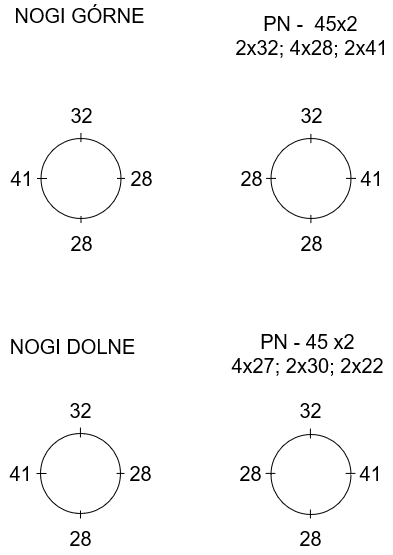
Above: Diagram bez tytułu5.png in adamski83/sklep (draw.io), before the change. Source tidied: cells renumbered, new cells last; positions are measured from the earlier drawing's top-left corner, leaving out a move shared by most shapes. The source it was exported from:
```xml
<mxGraphModel>
  <root>
    <mxCell id="0" />
    <mxCell id="1" parent="0" />
    <mxCell id="2" value="NOGI GÓRNE" style="text;html=1;align=center;verticalAlign=middle;fontSize=20;" parent="1" vertex="1">
      <mxGeometry x="4" width="150" height="30" as="geometry" />
    </mxCell>
    <mxCell id="3" style="ellipse;whiteSpace=wrap;html=1;rounded=0;sketch=0;strokeColor=#000000;strokeWidth=1;fillColor=none;fontSize=20;" parent="1" vertex="1">
      <mxGeometry x="40.5" y="138" width="80" height="80" as="geometry" />
    </mxCell>
    <mxCell id="4" value="41" style="text;html=1;align=center;verticalAlign=middle;fontSize=20;" parent="1" vertex="1">
      <mxGeometry x="0.5" y="163" width="40" height="30" as="geometry" />
    </mxCell>
    <mxCell id="5" value="28" style="text;html=1;align=center;verticalAlign=middle;fontSize=20;" parent="1" vertex="1">
      <mxGeometry x="120.5" y="163" width="40" height="30" as="geometry" />
    </mxCell>
    <mxCell id="6" value="28" style="text;html=1;align=center;verticalAlign=middle;fontSize=20;" parent="1" vertex="1">
      <mxGeometry x="60.5" y="228" width="40" height="30" as="geometry" />
    </mxCell>
    <mxCell id="7" value="32" style="text;html=1;align=center;verticalAlign=middle;fontSize=20;" parent="1" vertex="1">
      <mxGeometry x="60.5" y="100" width="40" height="30" as="geometry" />
    </mxCell>
    <mxCell id="8" style="ellipse;whiteSpace=wrap;html=1;rounded=0;sketch=0;strokeColor=#000000;strokeWidth=1;fillColor=none;fontSize=20;" parent="1" vertex="1">
      <mxGeometry x="270.5" y="138" width="80" height="80" as="geometry" />
    </mxCell>
    <mxCell id="9" value="41" style="text;html=1;align=center;verticalAlign=middle;fontSize=20;" parent="1" vertex="1">
      <mxGeometry x="350.5" y="163" width="40" height="30" as="geometry" />
    </mxCell>
    <mxCell id="10" value="28" style="text;html=1;align=center;verticalAlign=middle;fontSize=20;" parent="1" vertex="1">
      <mxGeometry x="230.5" y="163" width="40" height="30" as="geometry" />
    </mxCell>
    <mxCell id="11" value="28" style="text;html=1;align=center;verticalAlign=middle;fontSize=20;" parent="1" vertex="1">
      <mxGeometry x="290.5" y="228" width="40" height="30" as="geometry" />
    </mxCell>
    <mxCell id="12" value="32" style="text;html=1;align=center;verticalAlign=middle;fontSize=20;" parent="1" vertex="1">
      <mxGeometry x="290.5" y="100" width="40" height="30" as="geometry" />
    </mxCell>
    <mxCell id="13" style="endArrow=none;html=1;strokeColor=#000000;strokeWidth=1;fontSize=20;" parent="1" edge="1">
      <mxGeometry relative="1" as="geometry">
        <mxPoint x="80.4" y="142" as="sourcePoint" />
        <mxPoint x="80.4" y="132" as="targetPoint" />
        <Array as="points">
          <mxPoint x="80.4" y="142" />
        </Array>
      </mxGeometry>
    </mxCell>
    <mxCell id="14" style="endArrow=none;html=1;strokeColor=#000000;strokeWidth=1;fontSize=20;" parent="1" edge="1">
      <mxGeometry relative="1" as="geometry">
        <mxPoint x="80.5" y="223" as="sourcePoint" />
        <mxPoint x="80.5" y="215" as="targetPoint" />
      </mxGeometry>
    </mxCell>
    <mxCell id="15" style="endArrow=none;html=1;strokeColor=#000000;strokeWidth=1;fontSize=20;" parent="1" edge="1">
      <mxGeometry relative="1" as="geometry">
        <mxPoint x="36.5" y="178" as="sourcePoint" />
        <mxPoint x="46.5" y="178" as="targetPoint" />
      </mxGeometry>
    </mxCell>
    <mxCell id="16" style="endArrow=none;html=1;strokeColor=#000000;strokeWidth=1;fontSize=20;" parent="1" edge="1">
      <mxGeometry relative="1" as="geometry">
        <mxPoint x="124.5" y="177.9" as="sourcePoint" />
        <mxPoint x="116.5" y="177.9" as="targetPoint" />
      </mxGeometry>
    </mxCell>
    <mxCell id="17" style="endArrow=none;html=1;strokeColor=#000000;strokeWidth=1;fontSize=20;" parent="1" edge="1">
      <mxGeometry relative="1" as="geometry">
        <mxPoint x="310.4" y="143" as="sourcePoint" />
        <mxPoint x="310.4" y="133" as="targetPoint" />
      </mxGeometry>
    </mxCell>
    <mxCell id="18" style="endArrow=none;html=1;strokeColor=#000000;strokeWidth=1;fontSize=20;" parent="1" edge="1">
      <mxGeometry relative="1" as="geometry">
        <mxPoint x="310.4" y="223" as="sourcePoint" />
        <mxPoint x="310.4" y="214" as="targetPoint" />
      </mxGeometry>
    </mxCell>
    <mxCell id="19" style="endArrow=none;html=1;strokeColor=#000000;strokeWidth=1;fontSize=20;" parent="1" edge="1">
      <mxGeometry relative="1" as="geometry">
        <mxPoint x="355.5" y="177.9" as="sourcePoint" />
        <mxPoint x="345.5" y="177.9" as="targetPoint" />
      </mxGeometry>
    </mxCell>
    <mxCell id="20" style="endArrow=none;html=1;strokeColor=#000000;strokeWidth=1;fontSize=20;" parent="1" edge="1">
      <mxGeometry relative="1" as="geometry">
        <mxPoint x="265.5" y="177.9" as="sourcePoint" />
        <mxPoint x="275.5" y="177.9" as="targetPoint" />
      </mxGeometry>
    </mxCell>
    <mxCell id="21" value="PN -&amp;nbsp; 45x2" style="text;html=1;align=center;verticalAlign=middle;fontSize=20;" parent="1" vertex="1">
      <mxGeometry x="257.5" y="9" width="105" height="29" as="geometry" />
    </mxCell>
    <mxCell id="22" value="2x32; 4x28; 2x41" style="text;html=1;align=center;verticalAlign=middle;fontSize=20;" parent="1" vertex="1">
      <mxGeometry x="229" y="33" width="163" height="29" as="geometry" />
    </mxCell>
    <mxCell id="23" value="NOGI DOLNE" style="text;html=1;align=center;verticalAlign=middle;fontSize=20;" parent="1" vertex="1">
      <mxGeometry x="3" y="332" width="137" height="29" as="geometry" />
    </mxCell>
    <mxCell id="24" style="ellipse;whiteSpace=wrap;html=1;rounded=0;sketch=0;strokeColor=#000000;strokeWidth=1;fillColor=none;fontSize=20;" parent="1" vertex="1">
      <mxGeometry x="40" y="433" width="80" height="80" as="geometry" />
    </mxCell>
    <mxCell id="25" value="41" style="text;html=1;align=center;verticalAlign=middle;fontSize=20;" parent="1" vertex="1">
      <mxGeometry y="458" width="40" height="30" as="geometry" />
    </mxCell>
    <mxCell id="26" value="28" style="text;html=1;align=center;verticalAlign=middle;fontSize=20;" parent="1" vertex="1">
      <mxGeometry x="120" y="458" width="40" height="30" as="geometry" />
    </mxCell>
    <mxCell id="27" value="28" style="text;html=1;align=center;verticalAlign=middle;fontSize=20;" parent="1" vertex="1">
      <mxGeometry x="60" y="523" width="40" height="30" as="geometry" />
    </mxCell>
    <mxCell id="28" value="32" style="text;html=1;align=center;verticalAlign=middle;fontSize=20;" parent="1" vertex="1">
      <mxGeometry x="60" y="395" width="40" height="30" as="geometry" />
    </mxCell>
    <mxCell id="29" style="ellipse;whiteSpace=wrap;html=1;rounded=0;sketch=0;strokeColor=#000000;strokeWidth=1;fillColor=none;fontSize=20;" parent="1" vertex="1">
      <mxGeometry x="270.5" y="434" width="80" height="80" as="geometry" />
    </mxCell>
    <mxCell id="30" value="41" style="text;html=1;align=center;verticalAlign=middle;fontSize=20;" parent="1" vertex="1">
      <mxGeometry x="350" y="458" width="40" height="30" as="geometry" />
    </mxCell>
    <mxCell id="31" value="28" style="text;html=1;align=center;verticalAlign=middle;fontSize=20;" parent="1" vertex="1">
      <mxGeometry x="230" y="458" width="40" height="30" as="geometry" />
    </mxCell>
    <mxCell id="32" value="28" style="text;html=1;align=center;verticalAlign=middle;fontSize=20;" parent="1" vertex="1">
      <mxGeometry x="290" y="523" width="40" height="30" as="geometry" />
    </mxCell>
    <mxCell id="33" value="32" style="text;html=1;align=center;verticalAlign=middle;fontSize=20;" parent="1" vertex="1">
      <mxGeometry x="290" y="395" width="40" height="30" as="geometry" />
    </mxCell>
    <mxCell id="34" style="endArrow=none;html=1;strokeColor=#000000;strokeWidth=1;fontSize=20;" parent="1" edge="1">
      <mxGeometry relative="1" as="geometry">
        <mxPoint x="79.9" y="437" as="sourcePoint" />
        <mxPoint x="79.9" y="427" as="targetPoint" />
        <Array as="points">
          <mxPoint x="79.9" y="437" />
        </Array>
      </mxGeometry>
    </mxCell>
    <mxCell id="35" style="endArrow=none;html=1;strokeColor=#000000;strokeWidth=1;fontSize=20;" parent="1" edge="1">
      <mxGeometry relative="1" as="geometry">
        <mxPoint x="80" y="518" as="sourcePoint" />
        <mxPoint x="80" y="510" as="targetPoint" />
      </mxGeometry>
    </mxCell>
    <mxCell id="36" style="endArrow=none;html=1;strokeColor=#000000;strokeWidth=1;fontSize=20;" parent="1" edge="1">
      <mxGeometry relative="1" as="geometry">
        <mxPoint x="36" y="473" as="sourcePoint" />
        <mxPoint x="46" y="473" as="targetPoint" />
      </mxGeometry>
    </mxCell>
    <mxCell id="37" style="endArrow=none;html=1;strokeColor=#000000;strokeWidth=1;fontSize=20;" parent="1" edge="1">
      <mxGeometry relative="1" as="geometry">
        <mxPoint x="124" y="472.9" as="sourcePoint" />
        <mxPoint x="116" y="472.9" as="targetPoint" />
      </mxGeometry>
    </mxCell>
    <mxCell id="38" style="endArrow=none;html=1;strokeColor=#000000;strokeWidth=1;fontSize=20;" parent="1" edge="1">
      <mxGeometry relative="1" as="geometry">
        <mxPoint x="309.9" y="438" as="sourcePoint" />
        <mxPoint x="309.9" y="428" as="targetPoint" />
      </mxGeometry>
    </mxCell>
    <mxCell id="39" style="endArrow=none;html=1;strokeColor=#000000;strokeWidth=1;fontSize=20;" parent="1" edge="1">
      <mxGeometry relative="1" as="geometry">
        <mxPoint x="309.9" y="518" as="sourcePoint" />
        <mxPoint x="309.9" y="509" as="targetPoint" />
      </mxGeometry>
    </mxCell>
    <mxCell id="40" style="endArrow=none;html=1;strokeColor=#000000;strokeWidth=1;fontSize=20;" parent="1" edge="1">
      <mxGeometry relative="1" as="geometry">
        <mxPoint x="355" y="472.9" as="sourcePoint" />
        <mxPoint x="345" y="472.9" as="targetPoint" />
      </mxGeometry>
    </mxCell>
    <mxCell id="41" style="endArrow=none;html=1;strokeColor=#000000;strokeWidth=1;fontSize=20;" parent="1" edge="1">
      <mxGeometry relative="1" as="geometry">
        <mxPoint x="265" y="472.9" as="sourcePoint" />
        <mxPoint x="275" y="472.9" as="targetPoint" />
      </mxGeometry>
    </mxCell>
    <mxCell id="42" value="&lt;div&gt;PN - 45 x2&lt;/div&gt;&lt;div&gt;4x27; 2x30; 2x22&lt;br&gt;&lt;/div&gt;" style="text;html=1;align=center;verticalAlign=middle;fontSize=20;" parent="1" vertex="1">
      <mxGeometry x="226" y="326" width="163" height="53" as="geometry" />
    </mxCell>
  </root>
</mxGraphModel>
```
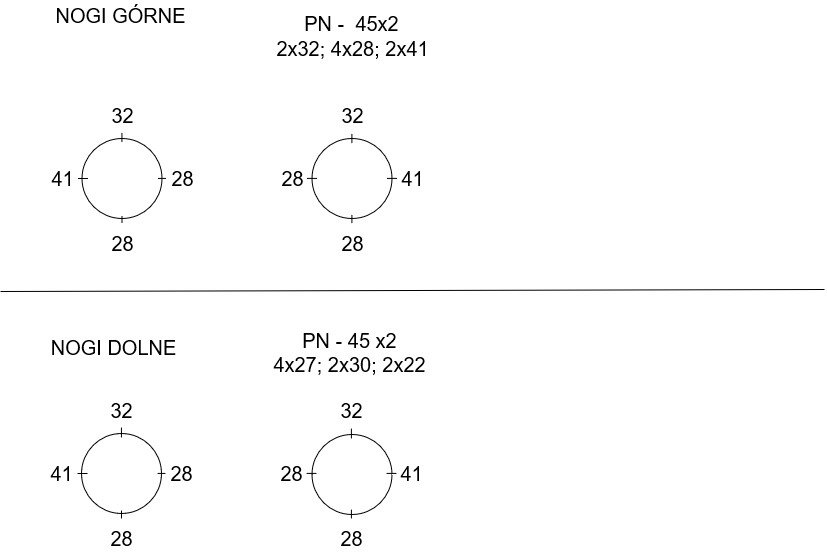
The same diagram one commit later.

Change to the diagram source:
```diff
@@ -179,5 +179,11 @@
     <mxCell id="42" value="&lt;div&gt;PN - 45 x2&lt;/div&gt;&lt;div&gt;4x27; 2x30; 2x22&lt;br&gt;&lt;/div&gt;" style="text;html=1;align=center;verticalAlign=middle;fontSize=20;" parent="1" vertex="1">
       <mxGeometry x="226" y="326" width="163" height="53" as="geometry" />
     </mxCell>
+    <mxCell id="43" style="endArrow=none;html=1;strokeColor=#000000;strokeWidth=1;fontSize=20;" parent="1" edge="1">
+      <mxGeometry relative="1" as="geometry">
+        <mxPoint x="-41" y="291" as="sourcePoint" />
+        <mxPoint x="783" y="289" as="targetPoint" />
+      </mxGeometry>
+    </mxCell>
   </root>
 </mxGraphModel>
```
